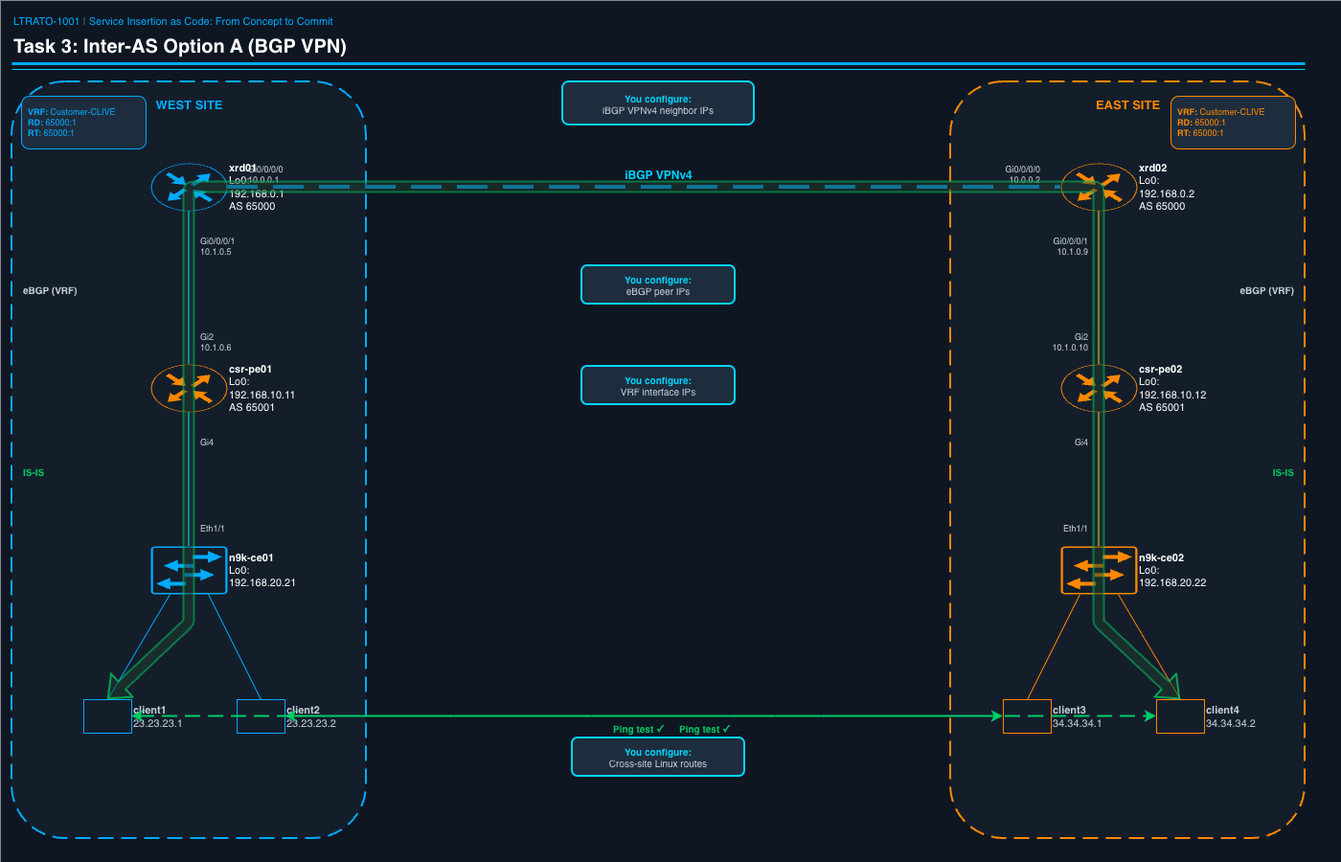
Earlier version of the draw.io export images/task3-bgp-vpn.png (rgoldens/Cisco-Live-2026-Service-as-Code). Source tidied: cells renumbered, new cells last; positions are measured from the earlier drawing's top-left corner, leaving out a move shared by most shapes.
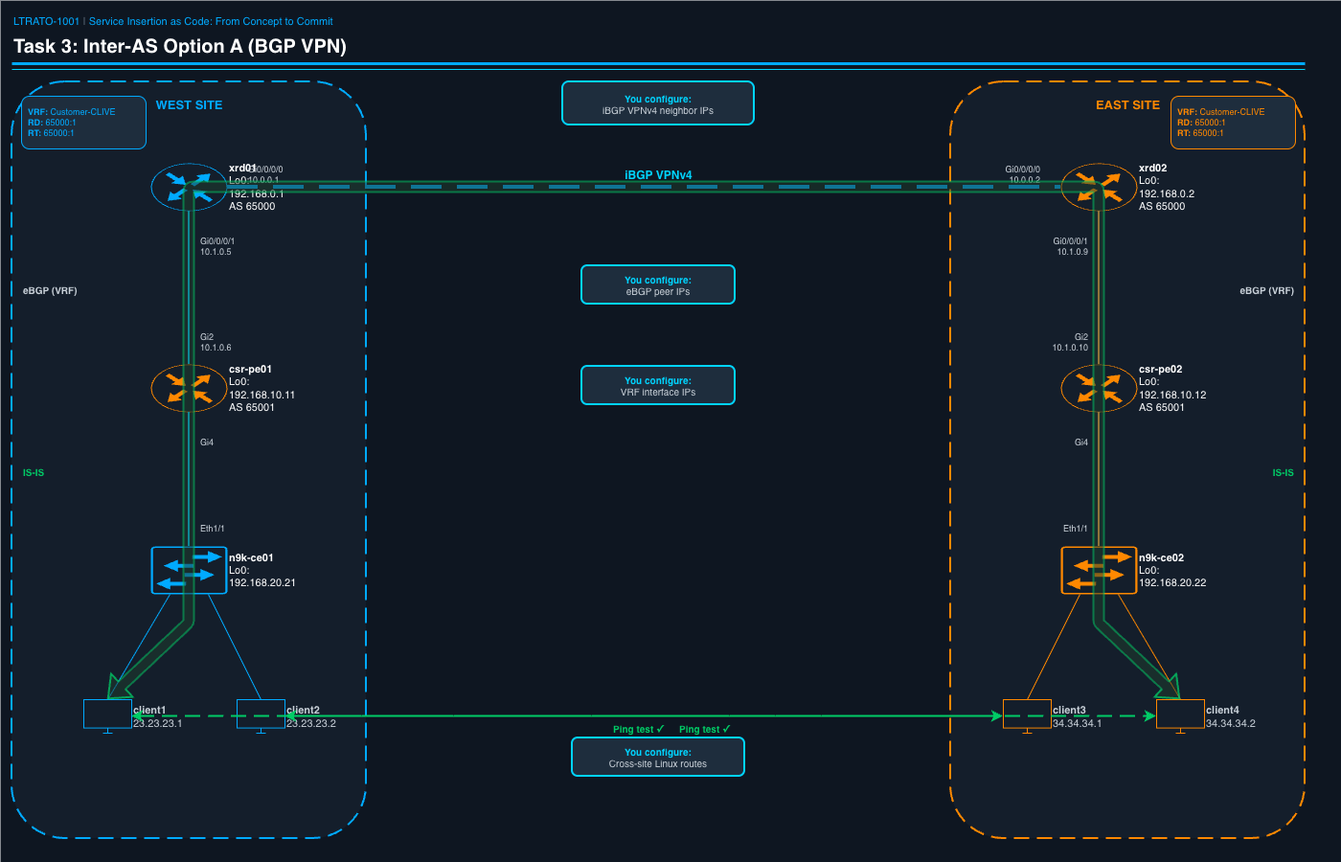
After the change.

Commit message:
Replace Linux client PC icons with monitor icons in all topology diagrams

Diff of the diagram source:
```diff
@@ -119,16 +119,16 @@
     <mxCell id="38" value="&lt;font color=&quot;#ffffff&quot;&gt;&lt;b&gt;n9k-ce02&lt;/b&gt;&lt;br&gt;Lo0:&lt;br&gt;192.168.20.22&lt;/font&gt;" style="shape=mxgraph.cisco19.workgroup_switch;html=1;whiteSpace=wrap;fillColor=#ff8800;fontColor=#ffffff;strokeColor=#ffaa44;fontSize=11;labelPosition=right;verticalLabelPosition=middle;align=left;labelBackgroundColor=none;imageWidth=80;imageHeight=50;" parent="1" vertex="1">
       <mxGeometry x="1107" y="570" width="80" height="50" as="geometry" />
     </mxCell>
-    <mxCell id="39" value="&lt;font color=&quot;#c8d0d8&quot;&gt;&lt;b&gt;client1&lt;/b&gt;&lt;br&gt;23.23.23.1&lt;/font&gt;" style="shape=mxgraph.cisco19.pc;html=1;whiteSpace=wrap;fillColor=#141e2b;fontColor=#ffffff;strokeColor=#00aaff;fontSize=11;labelPosition=right;verticalLabelPosition=middle;align=left;labelBackgroundColor=none;imageWidth=50;imageHeight=35;" parent="1" vertex="1">
+    <mxCell id="39" value="&lt;font color=&quot;#c8d0d8&quot;&gt;&lt;b&gt;client1&lt;/b&gt;&lt;br&gt;23.23.23.1&lt;/font&gt;" style="shape=mxgraph.ios7.icons.monitor;html=1;whiteSpace=wrap;fillColor=#141e2b;fontColor=#ffffff;strokeColor=#00aaff;fontSize=11;labelPosition=right;verticalLabelPosition=middle;align=left;labelBackgroundColor=none;imageWidth=50;imageHeight=35;" parent="1" vertex="1">
       <mxGeometry x="87" y="730" width="50" height="35" as="geometry" />
     </mxCell>
-    <mxCell id="40" value="&lt;font color=&quot;#c8d0d8&quot;&gt;&lt;b&gt;client2&lt;/b&gt;&lt;br&gt;23.23.23.2&lt;/font&gt;" style="shape=mxgraph.cisco19.pc;html=1;whiteSpace=wrap;fillColor=#141e2b;fontColor=#ffffff;strokeColor=#00aaff;fontSize=11;labelPosition=right;verticalLabelPosition=middle;align=left;labelBackgroundColor=none;imageWidth=50;imageHeight=35;" parent="1" vertex="1">
+    <mxCell id="40" value="&lt;font color=&quot;#c8d0d8&quot;&gt;&lt;b&gt;client2&lt;/b&gt;&lt;br&gt;23.23.23.2&lt;/font&gt;" style="shape=mxgraph.ios7.icons.monitor;html=1;whiteSpace=wrap;fillColor=#141e2b;fontColor=#ffffff;strokeColor=#00aaff;fontSize=11;labelPosition=right;verticalLabelPosition=middle;align=left;labelBackgroundColor=none;imageWidth=50;imageHeight=35;" parent="1" vertex="1">
       <mxGeometry x="247" y="730" width="50" height="35" as="geometry" />
     </mxCell>
-    <mxCell id="41" value="&lt;font color=&quot;#c8d0d8&quot;&gt;&lt;b&gt;client3&lt;/b&gt;&lt;br&gt;34.34.34.1&lt;/font&gt;" style="shape=mxgraph.cisco19.pc;html=1;whiteSpace=wrap;fillColor=#141e2b;fontColor=#ffffff;strokeColor=#ff8800;fontSize=11;labelPosition=right;verticalLabelPosition=middle;align=left;labelBackgroundColor=none;imageWidth=50;imageHeight=35;" parent="1" vertex="1">
+    <mxCell id="41" value="&lt;font color=&quot;#c8d0d8&quot;&gt;&lt;b&gt;client3&lt;/b&gt;&lt;br&gt;34.34.34.1&lt;/font&gt;" style="shape=mxgraph.ios7.icons.monitor;html=1;whiteSpace=wrap;fillColor=#141e2b;fontColor=#ffffff;strokeColor=#ff8800;fontSize=11;labelPosition=right;verticalLabelPosition=middle;align=left;labelBackgroundColor=none;imageWidth=50;imageHeight=35;" parent="1" vertex="1">
       <mxGeometry x="1047" y="730" width="50" height="35" as="geometry" />
     </mxCell>
-    <mxCell id="42" value="&lt;font color=&quot;#c8d0d8&quot;&gt;&lt;b&gt;client4&lt;/b&gt;&lt;br&gt;34.34.34.2&lt;/font&gt;" style="shape=mxgraph.cisco19.pc;html=1;whiteSpace=wrap;fillColor=#141e2b;fontColor=#ffffff;strokeColor=#ff8800;fontSize=11;labelPosition=right;verticalLabelPosition=middle;align=left;labelBackgroundColor=none;imageWidth=50;imageHeight=35;" parent="1" vertex="1">
+    <mxCell id="42" value="&lt;font color=&quot;#c8d0d8&quot;&gt;&lt;b&gt;client4&lt;/b&gt;&lt;br&gt;34.34.34.2&lt;/font&gt;" style="shape=mxgraph.ios7.icons.monitor;html=1;whiteSpace=wrap;fillColor=#141e2b;fontColor=#ffffff;strokeColor=#ff8800;fontSize=11;labelPosition=right;verticalLabelPosition=middle;align=left;labelBackgroundColor=none;imageWidth=50;imageHeight=35;" parent="1" vertex="1">
       <mxGeometry x="1207" y="730" width="50" height="35" as="geometry" />
     </mxCell>
     <mxCell id="43" style="endArrow=none;html=1;strokeColor=#00aaff;strokeWidth=1;exitX=0.25;exitY=1;exitDx=0;exitDy=0;entryX=0.5;entryY=0;entryDx=0;entryDy=0;" parent="1" edge="1" source="37" target="39">
```
